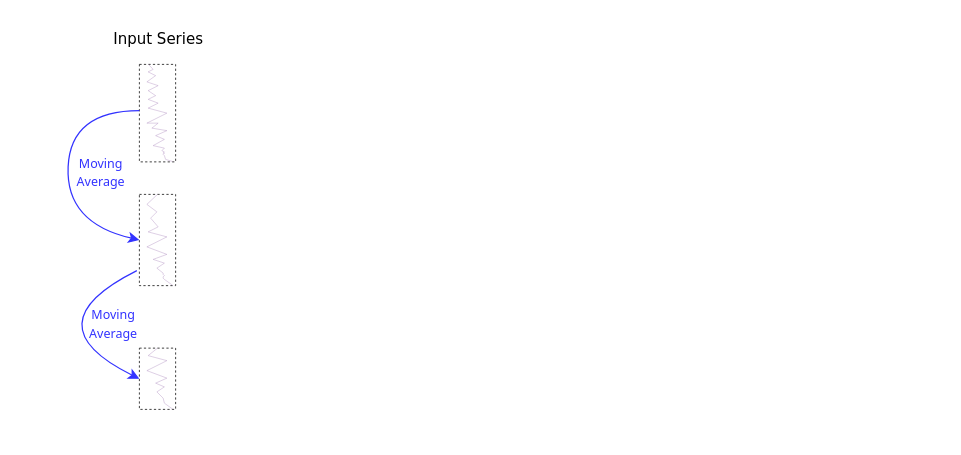
This is model.drawio from eriribot/myrepository, a draw.io file, before an edit. Source tidied: cells renumbered, new cells numbered last; positions are measured from the earlier drawing's top-left corner, leaving out a move shared by most shapes. Both pictures are drawn from the tidied source at 125%, with x=0, y=0 at pixel (29, 21).
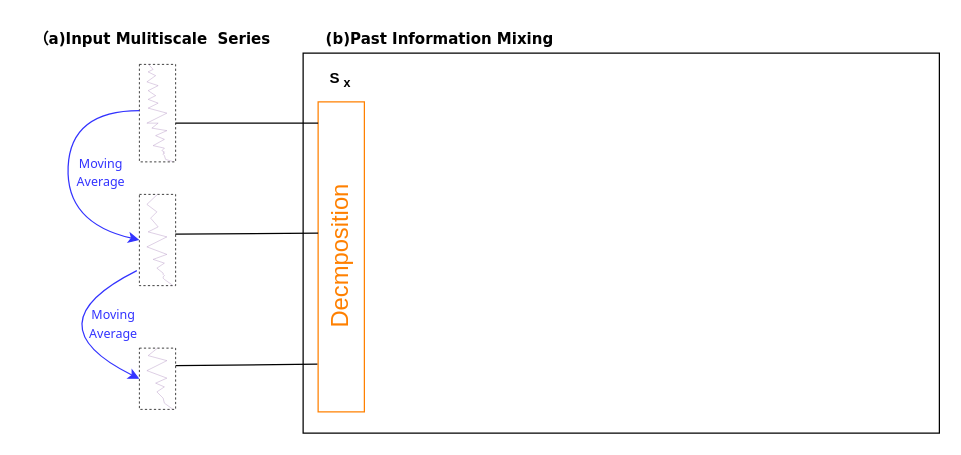
The same diagram, later.

The change refers to these unchanged cells:
```xml
<mxCell id="2" style="rounded=0;whiteSpace=wrap;html=1;dashed=1;strokeWidth=0.6;" parent="1" vertex="1">
  <mxGeometry x="88" y="34" width="29" height="78" as="geometry" />
</mxCell>
<mxCell id="4" style="rounded=0;whiteSpace=wrap;html=1;dashed=1;strokeWidth=0.6;" parent="1" vertex="1">
  <mxGeometry x="88" y="138" width="29" height="73" as="geometry" />
</mxCell>
```

The edit, as a diff of the source:
```diff
@@
-    <mxCell id="8" value="&lt;font face=&quot;Verdana&quot;&gt;Input Series&lt;/font&gt;" style="text;html=1;align=center;verticalAlign=middle;strokeColor=none;fillColor=none;" parent="1" vertex="1">
-      <mxGeometry x="56.5" width="92" height="27" as="geometry" />
+    <mxCell id="8" value="&lt;span style=&quot;background-color: transparent; color: light-dark(rgb(0, 0, 0), rgb(255, 255, 255)); font-family: Verdana;&quot;&gt;&lt;b&gt;（a)Input Mulitiscale&amp;nbsp; Series&lt;/b&gt;&lt;/span&gt;" style="text;html=1;align=center;verticalAlign=middle;strokeColor=none;fillColor=none;" parent="1" vertex="1">
+      <mxGeometry x="-6" width="208" height="27" as="geometry" />
     </mxCell>
@@
+    <mxCell id="13" style="rounded=0;whiteSpace=wrap;html=1;" parent="1" vertex="1">
+      <mxGeometry x="219" y="25" width="509" height="304" as="geometry" />
+    </mxCell>
+    <mxCell id="14" value="&lt;font style=&quot;font-size: 19px;&quot;&gt;Decmposition&lt;/font&gt;" style="rounded=0;whiteSpace=wrap;html=1;direction=north;align=center;horizontal=0;fontColor=#FF8000;strokeColor=#FF8000;" parent="1" vertex="1">
+      <mxGeometry x="231" y="64" width="37" height="248" as="geometry" />
+    </mxCell>
+    <mxCell id="15" style="endArrow=none;html=1;rounded=0;entryX=0.91;entryY=-0.001;entryDx=0;entryDy=0;entryPerimeter=0;exitX=1;exitY=0.603;exitDx=0;exitDy=0;exitPerimeter=0;" parent="1" edge="1" source="2">
+      <mxGeometry relative="1" as="geometry">
+        <mxPoint x="231" y="81" as="targetPoint" />
+      </mxGeometry>
+    </mxCell>
+    <mxCell id="16" style="endArrow=none;html=1;rounded=0;entryX=0.569;entryY=0;entryDx=0;entryDy=0;entryPerimeter=0;exitX=0.992;exitY=0.435;exitDx=0;exitDy=0;exitPerimeter=0;" parent="1" edge="1" source="4">
+      <mxGeometry relative="1" as="geometry">
+        <mxPoint x="231" y="169" as="targetPoint" />
+      </mxGeometry>
+    </mxCell>
+    <mxCell id="17" style="endArrow=none;html=1;rounded=0;entryX=0.154;entryY=-0.016;entryDx=0;entryDy=0;entryPerimeter=0;" parent="1" edge="1" target="14">
+      <mxGeometry relative="1" as="geometry">
+        <mxPoint x="117" y="275" as="sourcePoint" />
+      </mxGeometry>
+    </mxCell>
+    <mxCell id="18" value="&lt;b&gt;S &lt;sub&gt;x&lt;/sub&gt;&lt;/b&gt;" style="text;strokeColor=none;align=center;fillColor=none;html=1;verticalAlign=middle;whiteSpace=wrap;rounded=0;" parent="1" vertex="1">
+      <mxGeometry x="219" y="31" width="60" height="30" as="geometry" />
+    </mxCell>
+    <mxCell id="19" value="&lt;font face=&quot;Verdana&quot;&gt;&lt;b&gt;(b)Past Information Mixing&lt;/b&gt;&lt;/font&gt;" style="text;html=1;align=center;verticalAlign=middle;strokeColor=none;fillColor=none;" parent="1" vertex="1">
+      <mxGeometry x="226" width="203" height="27" as="geometry" />
+    </mxCell>
```
